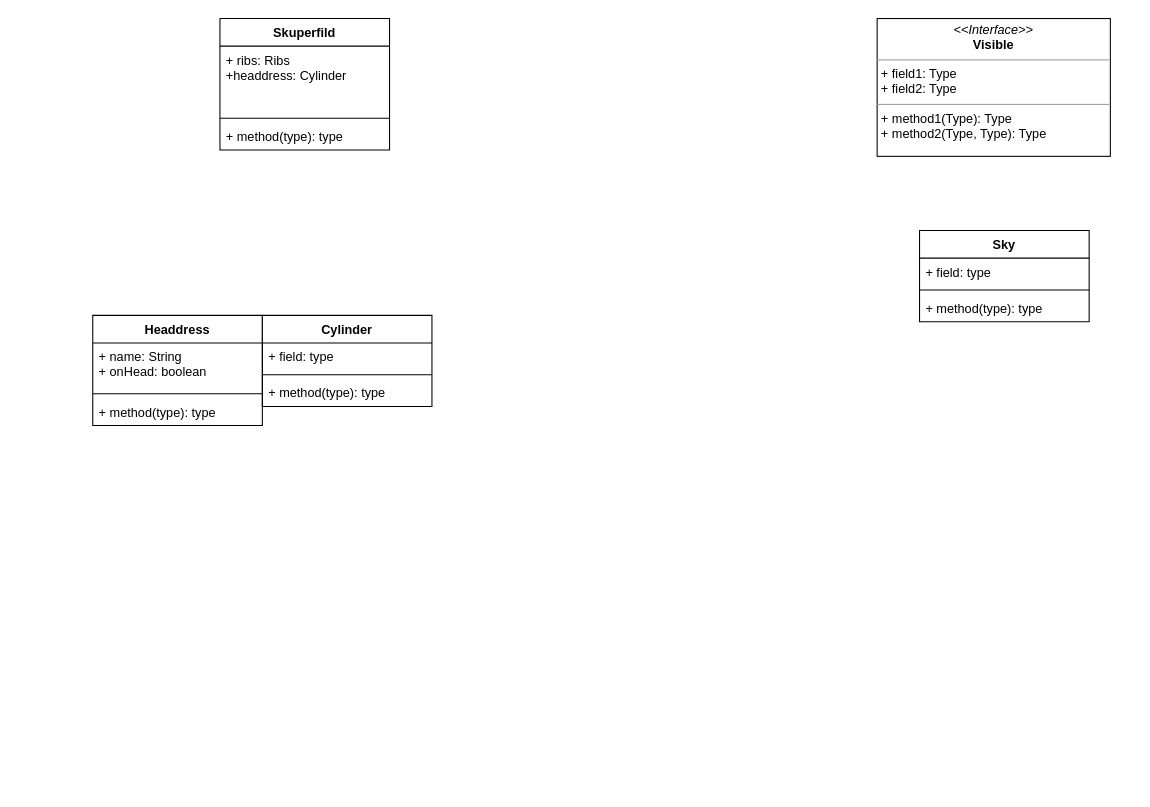
The draw.io diagram Диаграмма без названия.drawio in CrazyCapislav/testgradle, before the edit. Source tidied: cells renumbered, new cells numbered last; positions are measured from the earlier drawing's top-left corner, leaving out a move shared by most shapes. Both pictures are drawn from the tidied source at 106%, with x=0, y=0 at pixel (92, 18).
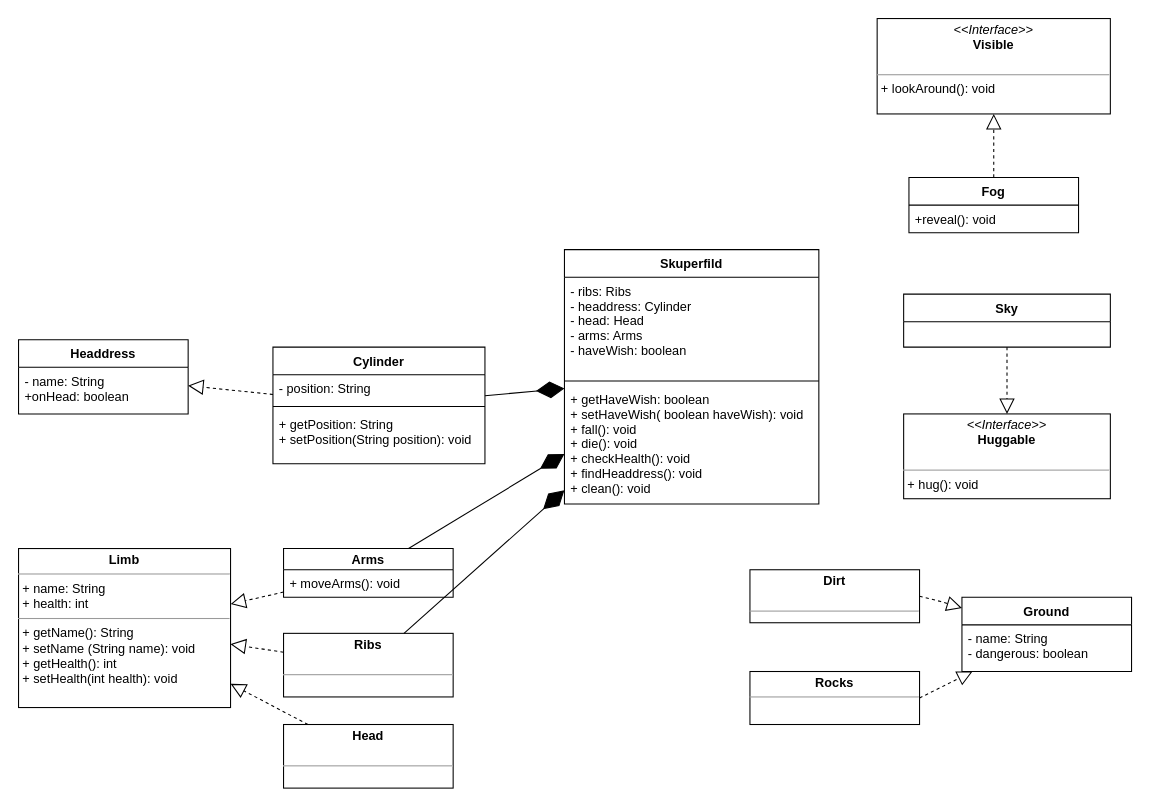
The same page after the edit.

What changed in the source:
```diff
@@
     <mxCell id="2" value="Skuperfild" style="swimlane;fontStyle=1;align=center;verticalAlign=top;horizontal=1;startSize=26;" parent="1" vertex="1">
-      <mxGeometry x="120" width="160" height="124" as="geometry" />
+      <mxGeometry x="445" y="218" width="240" height="240" as="geometry" />
     </mxCell>
-    <mxCell id="3" value="+ ribs: Ribs&#10;+headdress: Cylinder" style="text;strokeColor=none;fillColor=none;align=left;verticalAlign=top;spacingLeft=4;spacingRight=4;overflow=hidden;" parent="2" vertex="1">
-      <mxGeometry y="26" width="160" height="64" as="geometry" />
+    <mxCell id="3" value="- ribs: Ribs&#10;- headdress: Cylinder&#10;- head: Head&#10;- arms: Arms&#10;- haveWish: boolean&#10;" style="text;strokeColor=none;fillColor=none;align=left;verticalAlign=top;spacingLeft=4;spacingRight=4;overflow=hidden;" parent="2" vertex="1">
+      <mxGeometry y="26" width="240" height="94" as="geometry" />
     </mxCell>
     <mxCell id="4" style="line;strokeWidth=1;fillColor=none;align=left;verticalAlign=middle;spacingTop=-1;spacingLeft=3;spacingRight=3;labelPosition=right;strokeColor=inherit;" parent="2" vertex="1">
-      <mxGeometry y="90" width="160" height="8" as="geometry" />
+      <mxGeometry y="120" width="240" height="8" as="geometry" />
     </mxCell>
-    <mxCell id="5" value="+ method(type): type" style="text;strokeColor=none;fillColor=none;align=left;verticalAlign=top;spacingLeft=4;spacingRight=4;overflow=hidden;" parent="2" vertex="1">
-      <mxGeometry y="98" width="160" height="26" as="geometry" />
+    <mxCell id="5" value="+ getHaveWish: boolean&#10;+ setHaveWish( boolean haveWish): void&#10;+ fall(): void&#10;+ die(): void&#10;+ checkHealth(): void&#10;+ findHeaddress(): void&#10;+ clean(): void&#10;" style="text;strokeColor=none;fillColor=none;align=left;verticalAlign=top;spacingLeft=4;spacingRight=4;overflow=hidden;" parent="2" vertex="1">
+      <mxGeometry y="128" width="240" height="112" as="geometry" />
     </mxCell>
-    <mxCell id="6" value="&lt;p style=&quot;margin:0px;margin-top:4px;text-align:center;&quot;&gt;&lt;i&gt;&amp;lt;&amp;lt;Interface&amp;gt;&amp;gt;&lt;/i&gt;&lt;br&gt;&lt;b&gt;Visible&lt;/b&gt;&lt;/p&gt;&lt;hr size=&quot;1&quot;&gt;&lt;p style=&quot;margin:0px;margin-left:4px;&quot;&gt;+ field1: Type&lt;br&gt;+ field2: Type&lt;/p&gt;&lt;hr size=&quot;1&quot;&gt;&lt;p style=&quot;margin:0px;margin-left:4px;&quot;&gt;+ method1(Type): Type&lt;br&gt;+ method2(Type, Type): Type&lt;/p&gt;" style="verticalAlign=top;align=left;overflow=fill;fontSize=12;fontFamily=Helvetica;html=1;" parent="1" vertex="1">
-      <mxGeometry x="740" width="220" height="130" as="geometry" />
+    <mxCell id="6" value="&lt;p style=&quot;margin:0px;margin-top:4px;text-align:center;&quot;&gt;&lt;i&gt;&amp;lt;&amp;lt;Interface&amp;gt;&amp;gt;&lt;/i&gt;&lt;br&gt;&lt;b&gt;Visible&lt;/b&gt;&lt;/p&gt;&lt;p style=&quot;margin:0px;margin-left:4px;&quot;&gt;&lt;br&gt;&lt;/p&gt;&lt;hr size=&quot;1&quot;&gt;&lt;p style=&quot;margin:0px;margin-left:4px;&quot;&gt;+ lookAround(): void&lt;/p&gt;" style="verticalAlign=top;align=left;overflow=fill;fontSize=12;fontFamily=Helvetica;html=1;" parent="1" vertex="1">
+      <mxGeometry x="740" width="220" height="90" as="geometry" />
     </mxCell>
     <mxCell id="7" value="Headdress" style="swimlane;fontStyle=1;align=center;verticalAlign=top;horizontal=1;startSize=26;" parent="1" vertex="1">
-      <mxGeometry y="280" width="160" height="104" as="geometry" />
+      <mxGeometry x="-70" y="303" width="160" height="70" as="geometry" />
     </mxCell>
-    <mxCell id="8" value="+ name: String&#10;+ onHead: boolean" style="text;strokeColor=none;fillColor=none;align=left;verticalAlign=top;spacingLeft=4;spacingRight=4;overflow=hidden;" parent="7" vertex="1">
+    <mxCell id="8" value="- name: String&#10;+onHead: boolean" style="text;strokeColor=none;fillColor=none;align=left;verticalAlign=top;spacingLeft=4;spacingRight=4;overflow=hidden;" parent="7" vertex="1">
       <mxGeometry y="26" width="160" height="44" as="geometry" />
     </mxCell>
-    <mxCell id="9" style="line;strokeWidth=1;fillColor=none;align=left;verticalAlign=middle;spacingTop=-1;spacingLeft=3;spacingRight=3;labelPosition=right;strokeColor=inherit;" parent="7" vertex="1">
-      <mxGeometry y="70" width="160" height="8" as="geometry" />
-    </mxCell>
-    <mxCell id="10" value="+ method(type): type" style="text;strokeColor=none;fillColor=none;align=left;verticalAlign=top;spacingLeft=4;spacingRight=4;overflow=hidden;" parent="7" vertex="1">
-      <mxGeometry y="78" width="160" height="26" as="geometry" />
-    </mxCell>
+    <mxCell id="15" value="Sky" style="swimlane;fontStyle=1;align=center;verticalAlign=top;horizontal=1;startSize=26;" parent="1" vertex="1">
+      <mxGeometry x="765" y="260" width="195" height="50" as="geometry" />
+    </mxCell>
+    <mxCell id="19" value="Arms" style="swimlane;fontStyle=1;align=center;verticalAlign=middle;horizontal=1;startSize=20;labelPosition=center;verticalLabelPosition=middle;" parent="1" vertex="1">
+      <mxGeometry x="180" y="500" width="160" height="46" as="geometry" />
+    </mxCell>
+    <mxCell id="20" value="+ moveArms(): void" style="text;strokeColor=none;fillColor=none;align=left;verticalAlign=top;spacingLeft=4;spacingRight=4;overflow=hidden;" parent="19" vertex="1">
+      <mxGeometry y="20" width="160" height="26" as="geometry" />
+    </mxCell>
+    <mxCell id="21" value="&lt;p style=&quot;margin:0px;margin-top:4px;text-align:center;&quot;&gt;&lt;i&gt;&amp;lt;&amp;lt;Interface&amp;gt;&amp;gt;&lt;/i&gt;&lt;br&gt;&lt;b&gt;Huggable&lt;/b&gt;&lt;br&gt;&lt;/p&gt;&lt;p style=&quot;margin:0px;margin-left:4px;&quot;&gt;&lt;br&gt;&lt;/p&gt;&lt;hr size=&quot;1&quot;&gt;&lt;p style=&quot;margin:0px;margin-left:4px;&quot;&gt;+ hug(): void&lt;br&gt;&lt;/p&gt;" style="verticalAlign=top;align=left;overflow=fill;fontSize=12;fontFamily=Helvetica;html=1;" parent="1" vertex="1">
+      <mxGeometry x="765" y="373" width="195" height="80" as="geometry" />
+    </mxCell>
-    <mxCell id="11" value="Cylinder" style="swimlane;fontStyle=1;align=center;verticalAlign=top;horizontal=1;startSize=26;" parent="1" vertex="1">
-      <mxGeometry x="160" y="280" width="160" height="86" as="geometry" />
+    <mxCell id="11" value="Cylinder" style="swimlane;fontStyle=1;align=center;verticalAlign=top;horizontal=1;startSize=26;strokeColor=default;" parent="1" vertex="1">
+      <mxGeometry x="170" y="310" width="200" height="110" as="geometry" />
     </mxCell>
-    <mxCell id="12" value="+ field: type" style="text;strokeColor=none;fillColor=none;align=left;verticalAlign=top;spacingLeft=4;spacingRight=4;overflow=hidden;" parent="11" vertex="1">
-      <mxGeometry y="26" width="160" height="26" as="geometry" />
-    </mxCell>
-    <mxCell id="13" style="line;strokeWidth=1;fillColor=none;align=left;verticalAlign=middle;spacingTop=-1;spacingLeft=3;spacingRight=3;labelPosition=right;strokeColor=inherit;" parent="11" vertex="1">
-      <mxGeometry y="52" width="160" height="8" as="geometry" />
-    </mxCell>
-    <mxCell id="14" value="+ method(type): type" style="text;strokeColor=none;fillColor=none;align=left;verticalAlign=top;spacingLeft=4;spacingRight=4;overflow=hidden;" parent="11" vertex="1">
-      <mxGeometry y="60" width="160" height="26" as="geometry" />
-    </mxCell>
-    <mxCell id="15" value="Sky" style="swimlane;fontStyle=1;align=center;verticalAlign=top;horizontal=1;startSize=26;" parent="1" vertex="1">
-      <mxGeometry x="780" y="200" width="160" height="86" as="geometry" />
-    </mxCell>
-    <mxCell id="16" value="+ field: type" style="text;strokeColor=none;fillColor=none;align=left;verticalAlign=top;spacingLeft=4;spacingRight=4;overflow=hidden;" parent="15" vertex="1">
-      <mxGeometry y="26" width="160" height="26" as="geometry" />
-    </mxCell>
-    <mxCell id="17" style="line;strokeWidth=1;fillColor=none;align=left;verticalAlign=middle;spacingTop=-1;spacingLeft=3;spacingRight=3;labelPosition=right;strokeColor=inherit;" parent="15" vertex="1">
-      <mxGeometry y="52" width="160" height="8" as="geometry" />
-    </mxCell>
-    <mxCell id="18" value="+ method(type): type" style="text;strokeColor=none;fillColor=none;align=left;verticalAlign=top;spacingLeft=4;spacingRight=4;overflow=hidden;" parent="15" vertex="1">
-      <mxGeometry y="60" width="160" height="26" as="geometry" />
-    </mxCell>
+    <mxCell id="22" value="- position: String" style="text;strokeColor=none;fillColor=none;align=left;verticalAlign=top;spacingLeft=4;spacingRight=4;overflow=hidden;" parent="11" vertex="1">
+      <mxGeometry y="26" width="200" height="26" as="geometry" />
+    </mxCell>
+    <mxCell id="23" style="line;strokeWidth=1;fillColor=none;align=left;verticalAlign=middle;spacingTop=-1;spacingLeft=3;spacingRight=3;labelPosition=right;strokeColor=inherit;" parent="11" vertex="1">
+      <mxGeometry y="52" width="200" height="8" as="geometry" />
+    </mxCell>
+    <mxCell id="24" value="+ getPosition: String&#10;+ setPosition(String position): void" style="text;strokeColor=none;fillColor=none;align=left;verticalAlign=top;spacingLeft=4;spacingRight=4;overflow=hidden;" parent="11" vertex="1">
+      <mxGeometry y="60" width="200" height="50" as="geometry" />
+    </mxCell>
+    <mxCell id="25" value="&lt;p style=&quot;margin:0px;margin-top:4px;text-align:center;&quot;&gt;&lt;b&gt;Limb&lt;/b&gt;&lt;/p&gt;&lt;hr size=&quot;1&quot;&gt;&lt;p style=&quot;margin:0px;margin-left:4px;&quot;&gt;+ name: String&lt;/p&gt;&lt;p style=&quot;margin:0px;margin-left:4px;&quot;&gt;+ health: int&lt;/p&gt;&lt;hr size=&quot;1&quot;&gt;&lt;p style=&quot;margin:0px;margin-left:4px;&quot;&gt;+ getName(): String&lt;/p&gt;&lt;p style=&quot;margin:0px;margin-left:4px;&quot;&gt;+ setName (String name): void&lt;/p&gt;&lt;p style=&quot;margin:0px;margin-left:4px;&quot;&gt;+ getHealth(): int&lt;/p&gt;&lt;p style=&quot;margin:0px;margin-left:4px;&quot;&gt;+ setHealth(int health): void&lt;/p&gt;" style="verticalAlign=top;align=left;overflow=fill;fontSize=12;fontFamily=Helvetica;html=1;strokeColor=default;" parent="1" vertex="1">
+      <mxGeometry x="-70" y="500" width="200" height="150" as="geometry" />
+    </mxCell>
+    <mxCell id="26" value="&lt;p style=&quot;margin:0px;margin-top:4px;text-align:center;&quot;&gt;&lt;b&gt;Ribs&lt;/b&gt;&lt;/p&gt;&lt;p style=&quot;margin:0px;margin-left:4px;&quot;&gt;&lt;br&gt;&lt;/p&gt;&lt;hr size=&quot;1&quot;&gt;&lt;p style=&quot;margin:0px;margin-left:4px;&quot;&gt;&lt;br&gt;&lt;/p&gt;" style="verticalAlign=top;align=left;overflow=fill;fontSize=12;fontFamily=Helvetica;html=1;strokeColor=default;" parent="1" vertex="1">
+      <mxGeometry x="180" y="580" width="160" height="60" as="geometry" />
+    </mxCell>
+    <mxCell id="27" value="Fog" style="swimlane;fontStyle=1;align=center;verticalAlign=top;horizontal=1;startSize=26;strokeColor=default;" parent="1" vertex="1">
+      <mxGeometry x="770" y="150" width="160" height="52" as="geometry" />
+    </mxCell>
+    <mxCell id="28" value="+reveal(): void" style="text;strokeColor=none;fillColor=none;align=left;verticalAlign=top;spacingLeft=4;spacingRight=4;overflow=hidden;" parent="27" vertex="1">
+      <mxGeometry y="26" width="160" height="26" as="geometry" />
+    </mxCell>
+    <mxCell id="29" value="Ground" style="swimlane;fontStyle=1;align=center;verticalAlign=top;horizontal=1;startSize=26;" parent="1" vertex="1">
+      <mxGeometry x="820" y="546" width="160" height="70" as="geometry" />
+    </mxCell>
+    <mxCell id="30" value="- name: String&#10;- dangerous: boolean" style="text;strokeColor=none;fillColor=none;align=left;verticalAlign=top;spacingLeft=4;spacingRight=4;overflow=hidden;" parent="29" vertex="1">
+      <mxGeometry y="26" width="160" height="44" as="geometry" />
+    </mxCell>
+    <mxCell id="31" value="&lt;p style=&quot;margin:0px;margin-top:4px;text-align:center;&quot;&gt;&lt;b&gt;Dirt&lt;/b&gt;&lt;/p&gt;&lt;p style=&quot;margin:0px;margin-left:4px;&quot;&gt;&lt;br&gt;&lt;/p&gt;&lt;hr size=&quot;1&quot;&gt;&lt;p style=&quot;margin:0px;margin-left:4px;&quot;&gt;&lt;br&gt;&lt;/p&gt;" style="verticalAlign=top;align=left;overflow=fill;fontSize=12;fontFamily=Helvetica;html=1;strokeColor=default;" parent="1" vertex="1">
+      <mxGeometry x="620" y="520" width="160" height="50" as="geometry" />
+    </mxCell>
+    <mxCell id="32" value="&lt;p style=&quot;margin:0px;margin-top:4px;text-align:center;&quot;&gt;&lt;b&gt;Rocks&lt;/b&gt;&lt;/p&gt;&lt;hr size=&quot;1&quot;&gt;&lt;p style=&quot;margin:0px;margin-left:4px;&quot;&gt;&lt;br&gt;&lt;/p&gt;" style="verticalAlign=top;align=left;overflow=fill;fontSize=12;fontFamily=Helvetica;html=1;strokeColor=default;" parent="1" vertex="1">
+      <mxGeometry x="620" y="616" width="160" height="50" as="geometry" />
+    </mxCell>
+    <mxCell id="33" style="endArrow=block;dashed=1;endFill=0;endSize=12;html=1;rounded=0;exitX=0.5;exitY=1;exitDx=0;exitDy=0;entryX=0.5;entryY=0;entryDx=0;entryDy=0;" parent="1" edge="1" source="15" target="21">
+      <mxGeometry relative="1" as="geometry" />
+    </mxCell>
+    <mxCell id="34" style="endArrow=block;dashed=1;endFill=0;endSize=12;html=1;rounded=0;exitX=0.5;exitY=0;exitDx=0;exitDy=0;entryX=0.5;entryY=1;entryDx=0;entryDy=0;" parent="1" edge="1" source="27" target="6">
+      <mxGeometry relative="1" as="geometry" />
+    </mxCell>
+    <mxCell id="35" style="endArrow=block;dashed=1;endFill=0;endSize=12;html=1;rounded=0;exitX=1;exitY=0.5;exitDx=0;exitDy=0;" parent="1" edge="1" source="31" target="29">
+      <mxGeometry relative="1" as="geometry">
+        <Array as="points">
+          <mxPoint x="800" y="550" />
+        </Array>
+      </mxGeometry>
+    </mxCell>
+    <mxCell id="36" style="endArrow=block;dashed=1;endFill=0;endSize=12;html=1;rounded=0;exitX=1;exitY=0.5;exitDx=0;exitDy=0;" parent="1" edge="1" source="32" target="29">
+      <mxGeometry relative="1" as="geometry" />
+    </mxCell>
+    <mxCell id="37" style="endArrow=block;dashed=1;endFill=0;endSize=12;html=1;rounded=0;" parent="1" edge="1" source="19" target="25">
+      <mxGeometry relative="1" as="geometry" />
+    </mxCell>
+    <mxCell id="38" style="endArrow=block;dashed=1;endFill=0;endSize=12;html=1;rounded=0;" parent="1" edge="1" source="26" target="25">
+      <mxGeometry relative="1" as="geometry" />
+    </mxCell>
+    <mxCell id="39" style="endArrow=block;dashed=1;endFill=0;endSize=12;html=1;rounded=0;" parent="1" edge="1" source="11" target="7">
+      <mxGeometry relative="1" as="geometry" />
+    </mxCell>
+    <mxCell id="40" style="endArrow=diamondThin;endFill=1;endSize=24;html=1;rounded=0;" parent="1" edge="1" source="19" target="2">
+      <mxGeometry relative="1" as="geometry" />
+    </mxCell>
+    <mxCell id="41" style="endArrow=diamondThin;endFill=1;endSize=24;html=1;rounded=0;" parent="1" edge="1" source="11" target="2">
+      <mxGeometry relative="1" as="geometry" />
+    </mxCell>
+    <mxCell id="42" style="endArrow=diamondThin;endFill=1;endSize=24;html=1;rounded=0;" parent="1" edge="1" source="26" target="2">
+      <mxGeometry relative="1" as="geometry" />
+    </mxCell>
+    <mxCell id="43" value="&lt;p style=&quot;margin:0px;margin-top:4px;text-align:center;&quot;&gt;&lt;b&gt;Head&lt;/b&gt;&lt;/p&gt;&lt;p style=&quot;margin:0px;margin-left:4px;&quot;&gt;&lt;br&gt;&lt;/p&gt;&lt;hr size=&quot;1&quot;&gt;&lt;p style=&quot;margin:0px;margin-left:4px;&quot;&gt;&lt;br&gt;&lt;/p&gt;" style="verticalAlign=top;align=left;overflow=fill;fontSize=12;fontFamily=Helvetica;html=1;strokeColor=default;" parent="1" vertex="1">
+      <mxGeometry x="180" y="666" width="160" height="60" as="geometry" />
+    </mxCell>
+    <mxCell id="44" style="endArrow=block;dashed=1;endFill=0;endSize=12;html=1;rounded=0;" parent="1" edge="1" source="43" target="25">
+      <mxGeometry relative="1" as="geometry" />
+    </mxCell>
```
